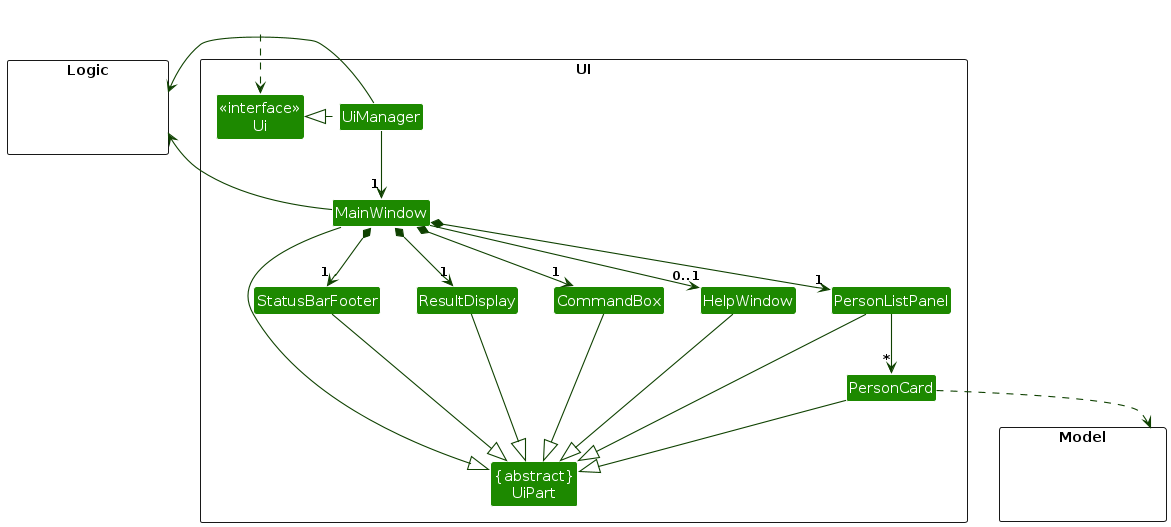
This is diagrams/UiClassDiagram.png from AY2627S1-CS2103T-W14-1/tp, a PlantUML export, as it was before one commit. Its source is kept beside it as diagrams/UiClassDiagram.puml.
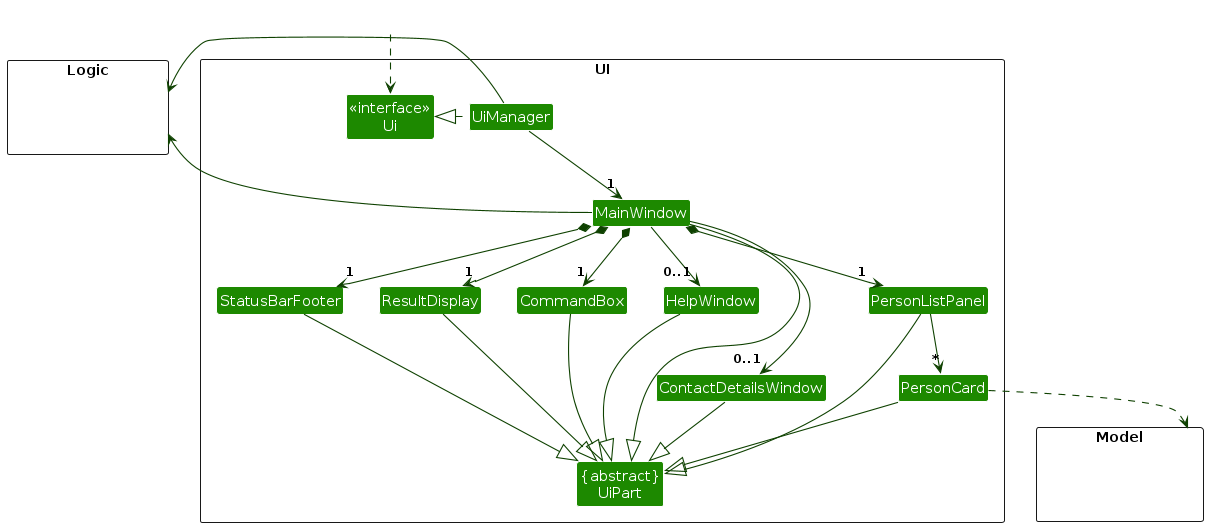
The same diagram one commit later.

What changed in the source:
```diff
@@ -10,6 +10,7 @@
 Class UiManager
 Class MainWindow
 Class HelpWindow
+Class ContactDetailsWindow
 Class ResultDisplay
 Class PersonListPanel
 Class PersonCard
@@ -35,6 +36,7 @@
 MainWindow *-down-> "1" PersonListPanel
 MainWindow *-down-> "1" StatusBarFooter
 MainWindow --> "0..1" HelpWindow
+MainWindow --> "0..1" ContactDetailsWindow
 
 PersonListPanel -down-> "*" PersonCard
 
@@ -46,6 +48,7 @@
 PersonCard --|> UiPart
 StatusBarFooter --|> UiPart
 HelpWindow --|> UiPart
+ContactDetailsWindow --|> UiPart
 
 PersonCard ..> Model
 UiManager -right-> Logic
```
